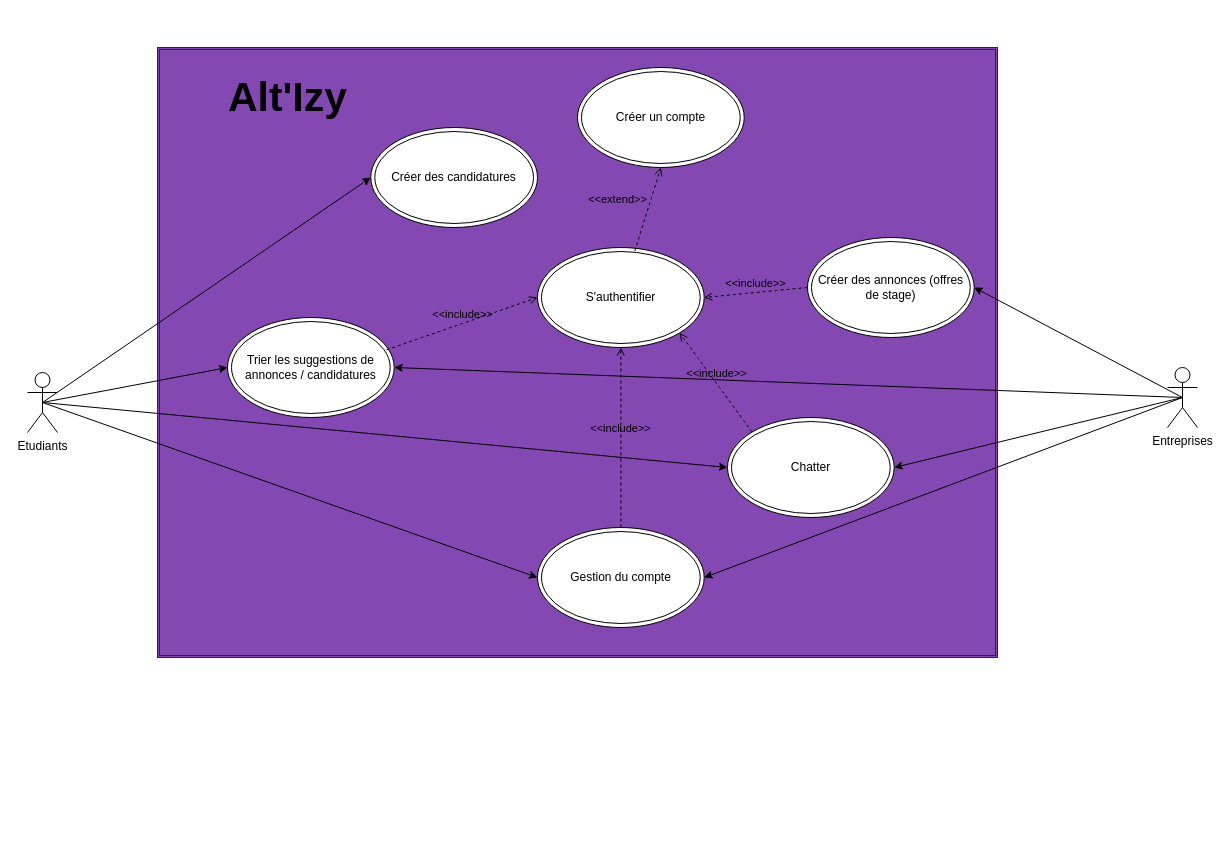
Above: schémas/diagramme cas d'utilisation.drawio in KoffiDMonky/AltIzy (draw.io), before the change. Source tidied: cells renumbered, new cells numbered last; positions are measured from the earlier drawing's top-left corner, leaving out a move shared by most shapes. Both pictures are drawn from the tidied source at 100%, with x=0, y=0 at pixel (27, 47).
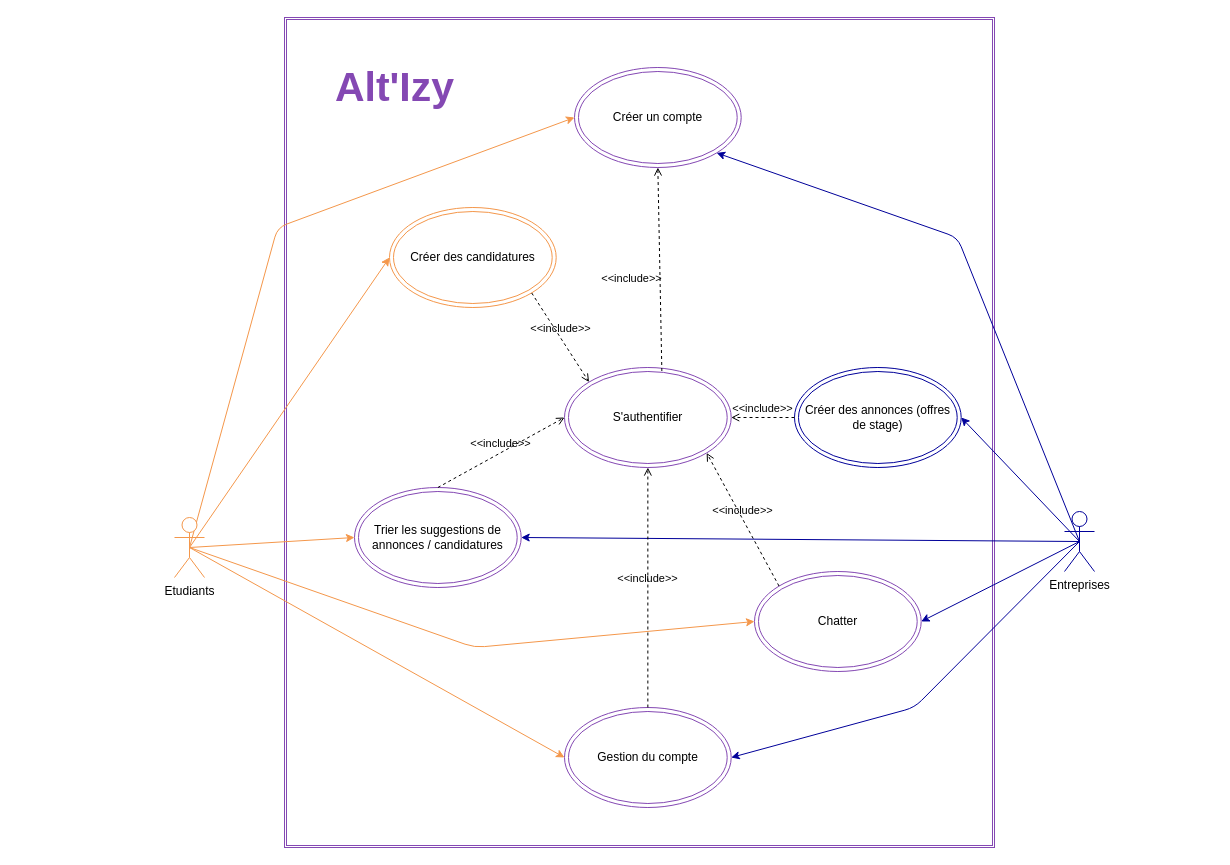
The same diagram, later.

Diff of the diagram source:
```diff
@@
-    <mxCell id="2" style="shape=ext;double=1;rounded=0;whiteSpace=wrap;html=1;fillColor=#8448b3;fontColor=#ffffff;strokeColor=#3700CC;" parent="1" vertex="1">
-      <mxGeometry x="130" width="840" height="610" as="geometry" />
+    <mxCell id="2" style="shape=ext;double=1;rounded=0;whiteSpace=wrap;html=1;fillColor=none;strokeColor=#8448B3;" parent="1" vertex="1">
+      <mxGeometry x="257" y="-30" width="710" height="830" as="geometry" />
     </mxCell>
-    <mxCell id="3" value="Créer un compte" style="ellipse;shape=doubleEllipse;whiteSpace=wrap;html=1;" parent="1" vertex="1">
-      <mxGeometry x="550" y="20" width="166.7" height="100" as="geometry" />
+    <mxCell id="3" value="Créer un compte" style="ellipse;shape=doubleEllipse;whiteSpace=wrap;html=1;strokeColor=#8448B3;" parent="1" vertex="1">
+      <mxGeometry x="547" y="20" width="166.7" height="100" as="geometry" />
     </mxCell>
-    <mxCell id="4" value="Trier les suggestions de annonces / candidatures" style="ellipse;shape=doubleEllipse;whiteSpace=wrap;html=1;" parent="1" vertex="1">
-      <mxGeometry x="200" y="270" width="166.7" height="100" as="geometry" />
+    <mxCell id="4" value="Trier les suggestions de annonces / candidatures" style="ellipse;shape=doubleEllipse;whiteSpace=wrap;html=1;strokeColor=#8448B3;" parent="1" vertex="1">
+      <mxGeometry x="327" y="440" width="166.7" height="100" as="geometry" />
     </mxCell>
-    <mxCell id="5" value="&lt;font style=&quot;font-size: 41px&quot;&gt;Alt'Izy&lt;/font&gt;" style="text;strokeColor=none;fillColor=none;html=1;fontSize=24;fontStyle=1;verticalAlign=middle;align=center;" parent="1" vertex="1">
-      <mxGeometry x="210" y="30" width="100" height="40" as="geometry" />
+    <mxCell id="5" value="&lt;font style=&quot;font-size: 41px&quot; color=&quot;#8448b3&quot;&gt;Alt'Izy&lt;/font&gt;" style="text;strokeColor=none;fillColor=none;html=1;fontSize=24;fontStyle=1;verticalAlign=middle;align=center;" parent="1" vertex="1">
+      <mxGeometry x="317" y="20" width="100" height="40" as="geometry" />
     </mxCell>
-    <mxCell id="6" value="Chatter" style="ellipse;shape=doubleEllipse;whiteSpace=wrap;html=1;" parent="1" vertex="1">
-      <mxGeometry x="700" y="370" width="166.7" height="100" as="geometry" />
+    <mxCell id="6" value="Chatter" style="ellipse;shape=doubleEllipse;whiteSpace=wrap;html=1;strokeColor=#8448B3;" parent="1" vertex="1">
+      <mxGeometry x="727" y="524" width="166.7" height="100" as="geometry" />
     </mxCell>
-    <mxCell id="7" value="Créer des annonces (offres de stage)" style="ellipse;shape=doubleEllipse;whiteSpace=wrap;html=1;" parent="1" vertex="1">
-      <mxGeometry x="780" y="190" width="166.7" height="100" as="geometry" />
+    <mxCell id="7" value="Créer des annonces (offres de stage)" style="ellipse;shape=doubleEllipse;whiteSpace=wrap;html=1;strokeColor=#000099;" parent="1" vertex="1">
+      <mxGeometry x="767" y="320" width="166.7" height="100" as="geometry" />
     </mxCell>
-    <mxCell id="8" style="edgeStyle=none;html=1;exitX=0.5;exitY=0.5;exitDx=0;exitDy=0;exitPerimeter=0;entryX=0;entryY=0.5;entryDx=0;entryDy=0;" parent="1" edge="1" source="12" target="4">
+    <mxCell id="8" style="edgeStyle=none;html=1;exitX=0.5;exitY=0.5;exitDx=0;exitDy=0;exitPerimeter=0;entryX=0;entryY=0.5;entryDx=0;entryDy=0;strokeColor=#F4974B;" parent="1" edge="1" source="12" target="4">
       <mxGeometry relative="1" as="geometry" />
     </mxCell>
-    <mxCell id="9" style="edgeStyle=none;html=1;exitX=0.5;exitY=0.5;exitDx=0;exitDy=0;exitPerimeter=0;entryX=0;entryY=0.5;entryDx=0;entryDy=0;" parent="1" edge="1" source="12" target="6">
-      <mxGeometry relative="1" as="geometry" />
+    <mxCell id="9" style="edgeStyle=none;html=1;exitX=0.5;exitY=0.5;exitDx=0;exitDy=0;exitPerimeter=0;entryX=0;entryY=0.5;entryDx=0;entryDy=0;strokeColor=#F4974B;" parent="1" edge="1" source="12" target="6">
+      <mxGeometry relative="1" as="geometry">
+        <Array as="points">
+          <mxPoint x="447" y="600" />
+        </Array>
+      </mxGeometry>
     </mxCell>
-    <mxCell id="10" style="edgeStyle=none;html=1;exitX=0.5;exitY=0.5;exitDx=0;exitDy=0;exitPerimeter=0;entryX=0;entryY=0.5;entryDx=0;entryDy=0;" parent="1" edge="1" source="12" target="19">
+    <mxCell id="10" style="edgeStyle=none;html=1;exitX=0.5;exitY=0.5;exitDx=0;exitDy=0;exitPerimeter=0;entryX=0;entryY=0.5;entryDx=0;entryDy=0;strokeColor=#F4974B;" parent="1" edge="1" source="12" target="19">
       <mxGeometry relative="1" as="geometry" />
     </mxCell>
-    <mxCell id="11" style="edgeStyle=none;html=1;exitX=0.5;exitY=0.5;exitDx=0;exitDy=0;exitPerimeter=0;entryX=0;entryY=0.5;entryDx=0;entryDy=0;" parent="1" edge="1" source="12" target="20">
+    <mxCell id="11" style="edgeStyle=none;html=1;exitX=0.5;exitY=0.5;exitDx=0;exitDy=0;exitPerimeter=0;entryX=0;entryY=0.5;entryDx=0;entryDy=0;strokeColor=#F4974B;" parent="1" edge="1" source="12" target="20">
       <mxGeometry relative="1" as="geometry" />
     </mxCell>
+    <mxCell id="31" style="edgeStyle=none;html=1;exitX=0.5;exitY=0.5;exitDx=0;exitDy=0;exitPerimeter=0;entryX=0;entryY=0.5;entryDx=0;entryDy=0;fontColor=#8448B3;strokeColor=#F4974B;" parent="1" edge="1" source="12" target="3">
+      <mxGeometry relative="1" as="geometry">
+        <Array as="points">
+          <mxPoint x="250" y="180" />
+        </Array>
+      </mxGeometry>
+    </mxCell>
-    <mxCell id="12" value="Etudiants" style="shape=umlActor;verticalLabelPosition=bottom;verticalAlign=top;html=1;outlineConnect=0;" parent="1" vertex="1">
-      <mxGeometry y="325" width="30" height="60" as="geometry" />
+    <mxCell id="12" value="Etudiants" style="shape=umlActor;verticalLabelPosition=bottom;verticalAlign=top;html=1;outlineConnect=0;strokeColor=#F4974B;" parent="1" vertex="1">
+      <mxGeometry x="147" y="470" width="30" height="60" as="geometry" />
     </mxCell>
-    <mxCell id="13" style="edgeStyle=none;html=1;exitX=0.5;exitY=0.5;exitDx=0;exitDy=0;exitPerimeter=0;entryX=1;entryY=0.5;entryDx=0;entryDy=0;" parent="1" edge="1" source="17" target="4">
+    <mxCell id="13" style="edgeStyle=none;html=1;exitX=0.5;exitY=0.5;exitDx=0;exitDy=0;exitPerimeter=0;entryX=1;entryY=0.5;entryDx=0;entryDy=0;strokeColor=#000099;" parent="1" edge="1" source="17" target="4">
       <mxGeometry relative="1" as="geometry" />
     </mxCell>
-    <mxCell id="14" style="edgeStyle=none;html=1;exitX=0.5;exitY=0.5;exitDx=0;exitDy=0;exitPerimeter=0;entryX=1;entryY=0.5;entryDx=0;entryDy=0;" parent="1" edge="1" source="17" target="6">
+    <mxCell id="14" style="edgeStyle=none;html=1;exitX=0.5;exitY=0.5;exitDx=0;exitDy=0;exitPerimeter=0;entryX=1;entryY=0.5;entryDx=0;entryDy=0;strokeColor=#000099;" parent="1" edge="1" source="17" target="6">
       <mxGeometry relative="1" as="geometry" />
     </mxCell>
-    <mxCell id="15" style="edgeStyle=none;html=1;exitX=0.5;exitY=0.5;exitDx=0;exitDy=0;exitPerimeter=0;entryX=1;entryY=0.5;entryDx=0;entryDy=0;" parent="1" edge="1" source="17" target="7">
+    <mxCell id="15" style="edgeStyle=none;html=1;exitX=0.5;exitY=0.5;exitDx=0;exitDy=0;exitPerimeter=0;entryX=1;entryY=0.5;entryDx=0;entryDy=0;strokeColor=#000099;" parent="1" edge="1" source="17" target="7">
       <mxGeometry relative="1" as="geometry" />
     </mxCell>
-    <mxCell id="16" style="edgeStyle=none;html=1;exitX=0.5;exitY=0.5;exitDx=0;exitDy=0;exitPerimeter=0;entryX=1;entryY=0.5;entryDx=0;entryDy=0;" parent="1" edge="1" source="17" target="19">
-      <mxGeometry relative="1" as="geometry" />
+    <mxCell id="16" style="edgeStyle=none;html=1;exitX=0.5;exitY=0.5;exitDx=0;exitDy=0;exitPerimeter=0;entryX=1;entryY=0.5;entryDx=0;entryDy=0;strokeColor=#000099;" parent="1" edge="1" source="17" target="19">
+      <mxGeometry relative="1" as="geometry">
+        <Array as="points">
+          <mxPoint x="887" y="660" />
+        </Array>
+      </mxGeometry>
     </mxCell>
+    <mxCell id="32" style="edgeStyle=none;html=1;exitX=0.5;exitY=0.5;exitDx=0;exitDy=0;exitPerimeter=0;entryX=1;entryY=1;entryDx=0;entryDy=0;fontColor=#8448B3;strokeColor=#000099;" parent="1" edge="1" source="17" target="3">
+      <mxGeometry relative="1" as="geometry">
+        <Array as="points">
+          <mxPoint x="930" y="190" />
+        </Array>
+      </mxGeometry>
+    </mxCell>
-    <mxCell id="17" value="Entreprises" style="shape=umlActor;verticalLabelPosition=bottom;verticalAlign=top;html=1;outlineConnect=0;" parent="1" vertex="1">
-      <mxGeometry x="1140" y="320" width="30" height="60" as="geometry" />
+    <mxCell id="17" value="Entreprises" style="shape=umlActor;verticalLabelPosition=bottom;verticalAlign=top;html=1;outlineConnect=0;strokeColor=#000099;" parent="1" vertex="1">
+      <mxGeometry x="1037" y="464" width="30" height="60" as="geometry" />
     </mxCell>
-    <mxCell id="18" value="S'authentifier" style="ellipse;shape=doubleEllipse;whiteSpace=wrap;html=1;" parent="1" vertex="1">
-      <mxGeometry x="510" y="200" width="166.7" height="100" as="geometry" />
+    <mxCell id="18" value="S'authentifier" style="ellipse;shape=doubleEllipse;whiteSpace=wrap;html=1;strokeColor=#8448B3;" parent="1" vertex="1">
+      <mxGeometry x="537" y="320" width="166.7" height="100" as="geometry" />
     </mxCell>
-    <mxCell id="19" value="Gestion du compte" style="ellipse;shape=doubleEllipse;whiteSpace=wrap;html=1;" parent="1" vertex="1">
-      <mxGeometry x="510" y="480" width="166.7" height="100" as="geometry" />
+    <mxCell id="19" value="Gestion du compte" style="ellipse;shape=doubleEllipse;whiteSpace=wrap;html=1;strokeColor=#8448B3;" parent="1" vertex="1">
+      <mxGeometry x="537" y="660" width="166.7" height="100" as="geometry" />
     </mxCell>
-    <mxCell id="20" value="Créer des candidatures" style="ellipse;shape=doubleEllipse;whiteSpace=wrap;html=1;" parent="1" vertex="1">
-      <mxGeometry x="343.3" y="80" width="166.7" height="100" as="geometry" />
+    <mxCell id="20" value="Créer des candidatures" style="ellipse;shape=doubleEllipse;whiteSpace=wrap;html=1;strokeColor=#F4974B;" parent="1" vertex="1">
+      <mxGeometry x="362" y="160" width="166.7" height="100" as="geometry" />
     </mxCell>
-    <mxCell id="21" value="&amp;lt;&amp;lt;extend&amp;gt;&amp;gt;" style="endArrow=open;html=1;rounded=0;align=center;verticalAlign=bottom;dashed=1;endFill=0;labelBackgroundColor=none;entryX=0.5;entryY=1;entryDx=0;entryDy=0;exitX=0.584;exitY=0.035;exitDx=0;exitDy=0;exitPerimeter=0;" parent="1" edge="1" source="18" target="3">
+    <mxCell id="21" value="&amp;lt;&amp;lt;include&amp;gt;&amp;gt;" style="endArrow=open;html=1;rounded=0;align=center;verticalAlign=bottom;dashed=1;endFill=0;labelBackgroundColor=none;entryX=0.5;entryY=1;entryDx=0;entryDy=0;exitX=0.584;exitY=0.035;exitDx=0;exitDy=0;exitPerimeter=0;" parent="1" edge="1" source="18" target="3">
       <mxGeometry x="-0.17" y="29" relative="1" as="geometry" />
     </mxCell>
@@
-    <mxCell id="23" value="&amp;lt;&amp;lt;include&amp;gt;&amp;gt;" style="endArrow=open;html=1;rounded=0;align=center;verticalAlign=bottom;dashed=1;endFill=0;labelBackgroundColor=none;exitX=0.954;exitY=0.323;exitDx=0;exitDy=0;entryX=0;entryY=0.5;entryDx=0;entryDy=0;exitPerimeter=0;" parent="1" edge="1" source="4" target="18">
+    <mxCell id="23" value="&amp;lt;&amp;lt;include&amp;gt;&amp;gt;" style="endArrow=open;html=1;rounded=0;align=center;verticalAlign=bottom;dashed=1;endFill=0;labelBackgroundColor=none;exitX=0.5;exitY=0;exitDx=0;exitDy=0;entryX=0;entryY=0.5;entryDx=0;entryDy=0;" parent="1" edge="1" source="4" target="18">
       <mxGeometry relative="1" as="geometry" />
     </mxCell>
@@
+    <mxCell id="33" value="&amp;lt;&amp;lt;include&amp;gt;&amp;gt;" style="endArrow=open;html=1;rounded=0;align=center;verticalAlign=bottom;dashed=1;endFill=0;labelBackgroundColor=none;exitX=1;exitY=1;exitDx=0;exitDy=0;entryX=0;entryY=0;entryDx=0;entryDy=0;" parent="1" edge="1" source="20" target="18">
+      <mxGeometry relative="1" as="geometry" />
+    </mxCell>
+    <mxCell id="34" style="html=1;align=center;verticalAlign=top;labelBackgroundColor=none;" parent="33" vertex="1">
+      <mxGeometry relative="1" as="geometry" />
+    </mxCell>
```
